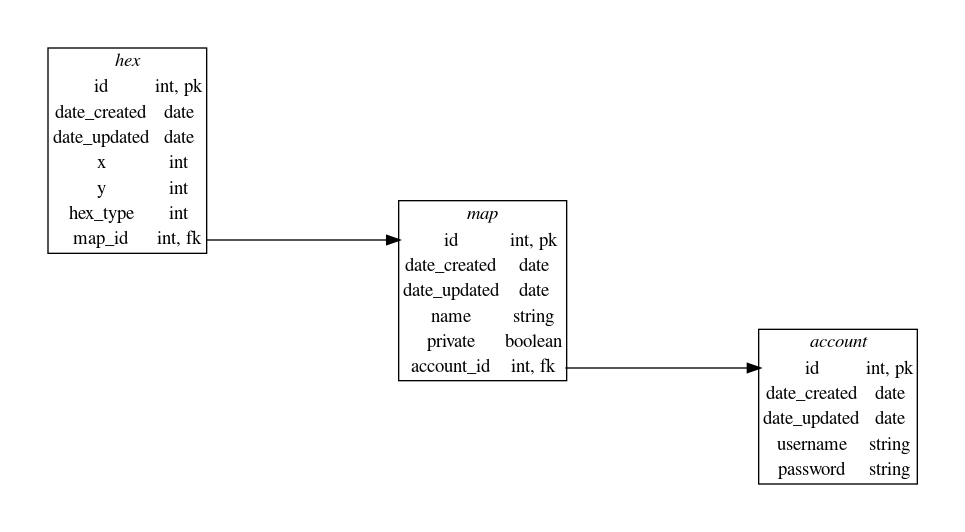
Before: doc/database_diagram.png, a diagram exported from Graphviz (anroysko/path-optimizer-site). Its source is kept beside it as doc/database_diagram.dot.
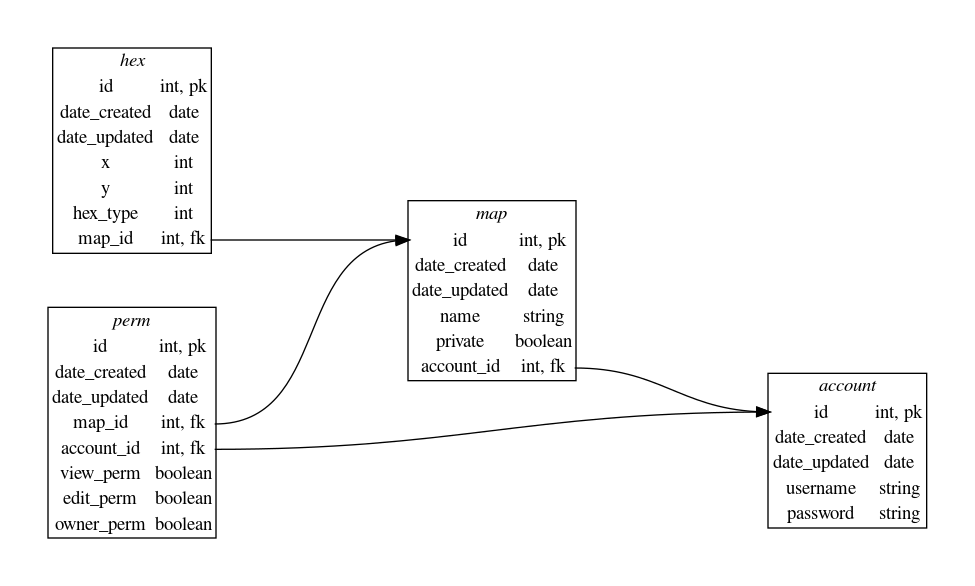
The same file after the commit.

Change to the diagram source:
```diff
@@ -37,7 +37,22 @@
 		<tr><td>map_id</td><td port="4">int, fk</td></tr>
 	</table>>];
 
+	perm [label=<
+	<table border="1" cellborder="0" cellspacing="0">
+		<tr><td colspan="2"><i>perm</i></td></tr>
+		<tr><td>id</td><td>int, pk</td></tr>
+		<tr><td>date_created</td><td>date</td></tr>
+		<tr><td>date_updated</td><td>date</td></tr>
+		<tr><td>map_id</td><td port="5">int, fk</td></tr>
+		<tr><td>account_id</td><td port="6">int, fk</td></tr>
+		<tr><td>view_perm</td><td>boolean</td></tr>
+		<tr><td>edit_perm</td><td>boolean</td></tr>
+		<tr><td>owner_perm</td><td>boolean</td></tr>
+	</table>>];
+
 
 	map:3 -> account:1;
 	hex:4 -> map:2;
+	perm:5 -> map:2
+	perm:6 -> account:1
 }
```
